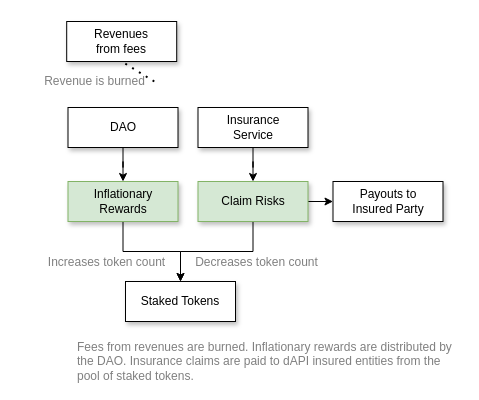
The draw.io diagram docs/next/assets/diagrams/dao-pool-staking-2.drawio in api3dao/old-api3-docs, before the edit. Source tidied: cells renumbered, new cells numbered last; positions are measured from the earlier drawing's top-left corner, leaving out a move shared by most shapes. Both pictures are drawn from the tidied source at 100%, with x=0, y=0 at pixel (34, 21).
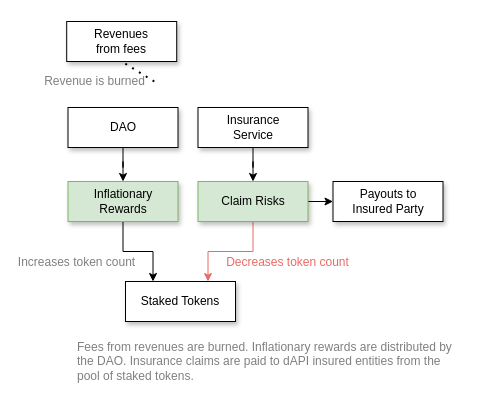
Above is the later version.

The change refers to these unchanged cells:
```xml
<mxCell id="3" value="Inflationary Rewards" style="rounded=0;whiteSpace=wrap;html=1;shadow=1;fillColor=#d5e8d4;strokeColor=#82b366;" parent="1" vertex="1">
  <mxGeometry x="33.5" y="160" width="110" height="40" as="geometry" />
</mxCell>
<mxCell id="7" value="Claim Risks" style="rounded=0;whiteSpace=wrap;html=1;shadow=1;fillColor=#d5e8d4;strokeColor=#82b366;" parent="1" vertex="1">
  <mxGeometry x="163.5" y="160" width="110" height="40" as="geometry" />
</mxCell>
<mxCell id="8" value="Staked Tokens" style="rounded=0;whiteSpace=wrap;html=1;shadow=1;" parent="1" vertex="1">
  <mxGeometry x="91" y="260" width="110" height="40" as="geometry" />
</mxCell>
<mxCell id="10" value="Payouts to &lt;br&gt;Insured Party" style="rounded=0;whiteSpace=wrap;html=1;shadow=1;" parent="1" vertex="1">
  <mxGeometry x="298.5" y="160" width="110" height="40" as="geometry" />
</mxCell>
```

Diff of the diagram source:
```diff
@@
-    <mxCell id="2" style="edgeStyle=orthogonalEdgeStyle;rounded=0;jettySize=auto;html=1;entryX=0.5;entryY=0;entryDx=0;entryDy=0;strokeColor=#000000;strokeWidth=1;fontSize=12;fontColor=#808080;" parent="1" edge="1" source="3" target="8">
+    <mxCell id="2" style="edgeStyle=orthogonalEdgeStyle;rounded=0;jettySize=auto;html=1;entryX=0.25;entryY=0;entryDx=0;entryDy=0;strokeColor=#000000;strokeWidth=1;fontSize=12;fontColor=#808080;" parent="1" edge="1" source="3" target="8">
       <mxGeometry relative="1" as="geometry" />
     </mxCell>
@@
+    <mxCell id="6" style="edgeStyle=orthogonalEdgeStyle;rounded=0;jettySize=auto;html=1;strokeWidth=1;fontSize=12;fontColor=#000000;" parent="1" edge="1" source="7" target="10">
+      <mxGeometry relative="1" as="geometry" />
+    </mxCell>
-    <mxCell id="4" style="edgeStyle=orthogonalEdgeStyle;rounded=0;jettySize=auto;html=1;fontSize=12;strokeWidth=1;" parent="1" edge="1" source="7" target="8">
+    <mxCell id="4" style="edgeStyle=orthogonalEdgeStyle;rounded=0;jettySize=auto;html=1;entryX=0.75;entryY=0;entryDx=0;entryDy=0;strokeColor=#EA6B66;" parent="1" edge="1" source="7" target="8">
       <mxGeometry relative="1" as="geometry" />
     </mxCell>
-    <mxCell id="5" value="Decreases token count" style="edgeLabel;html=1;align=center;verticalAlign=middle;fontSize=12;fontColor=#808080;" parent="4" vertex="1">
-      <mxGeometry x="-0.36" y="1" relative="1" as="geometry">
-        <mxPoint x="14.5" y="9" as="offset" />
+    <mxCell id="5" value="&lt;font style=&quot;font-size: 12px&quot;&gt;Decreases token count&lt;/font&gt;" style="edgeLabel;html=1;align=center;verticalAlign=middle;fontColor=#EA6B66;" parent="4" vertex="1">
+      <mxGeometry x="-0.23" y="-1" relative="1" as="geometry">
+        <mxPoint x="44" y="11" as="offset" />
       </mxGeometry>
     </mxCell>
-    <mxCell id="6" style="edgeStyle=orthogonalEdgeStyle;rounded=0;jettySize=auto;html=1;strokeWidth=1;fontSize=12;fontColor=#000000;" parent="1" edge="1" source="7" target="10">
-      <mxGeometry relative="1" as="geometry" />
-    </mxCell>
@@
     <mxCell id="11" value="Increases token count" style="edgeLabel;html=1;align=center;verticalAlign=middle;fontSize=12;fontColor=#808080;" parent="1" vertex="1">
-      <mxGeometry x="71" y="240" as="geometry" />
+      <mxGeometry x="41" y="240" as="geometry" />
     </mxCell>
```
